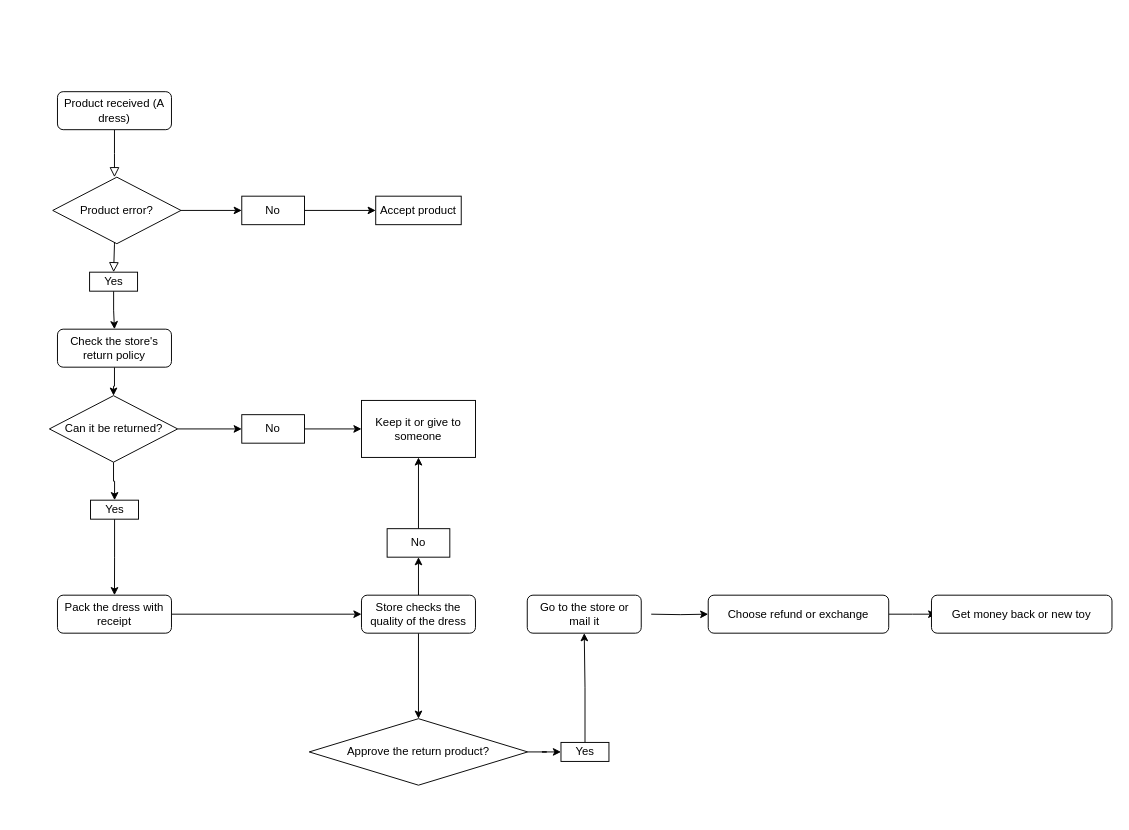
This is Untitled Diagram.drawio from kdreamy/khuenguyen, a draw.io file, before an edit. Source tidied: cells renumbered, new cells numbered last; positions are measured from the earlier drawing's top-left corner, leaving out a move shared by most shapes. Both pictures are drawn from the tidied source at 95%, with x=0, y=0 at pixel (49, 91).
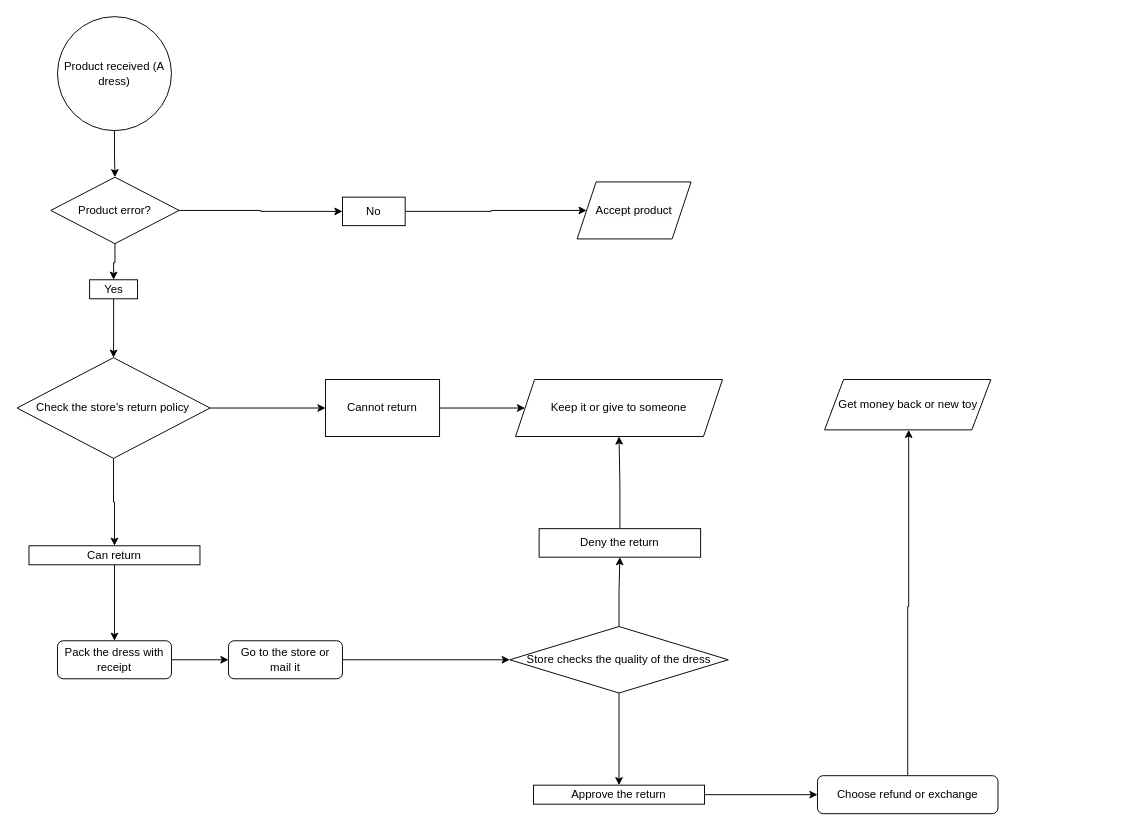
After the change.

What changed in the source:
```diff
@@
-    <mxCell id="2" style="rounded=0;html=1;jettySize=auto;fontSize=11;endArrow=block;endFill=0;endSize=8;strokeWidth=1;shadow=0;labelBackgroundColor=none;edgeStyle=orthogonalEdgeStyle;" parent="1" edge="1" source="3">
-      <mxGeometry relative="1" as="geometry">
-        <mxPoint x="68" y="90" as="targetPoint" />
-      </mxGeometry>
-    </mxCell>
-    <mxCell id="3" value="Product received (A dress)" style="rounded=1;whiteSpace=wrap;html=1;fontSize=12;glass=0;strokeWidth=1;shadow=0;" parent="1" vertex="1">
-      <mxGeometry x="8" width="120" height="40" as="geometry" />
-    </mxCell>
-    <mxCell id="4" style="edgeStyle=orthogonalEdgeStyle;rounded=0;jettySize=auto;html=1;" parent="1" edge="1" source="5" target="26">
-      <mxGeometry relative="1" as="geometry" />
-    </mxCell>
-    <mxCell id="5" value="Check the store's return policy" style="rounded=1;whiteSpace=wrap;html=1;fontSize=12;glass=0;strokeWidth=1;shadow=0;" parent="1" vertex="1">
-      <mxGeometry x="8" y="250" width="120" height="40" as="geometry" />
-    </mxCell>
-    <mxCell id="6" style="rounded=0;html=1;jettySize=auto;fontSize=11;endArrow=block;endFill=0;endSize=8;strokeWidth=1;shadow=0;labelBackgroundColor=none;edgeStyle=orthogonalEdgeStyle;" parent="1" edge="1" target="20">
-      <mxGeometry relative="1" as="geometry">
-        <mxPoint x="67.5" y="130" as="sourcePoint" />
-      </mxGeometry>
-    </mxCell>
@@
+    <mxCell id="38" style="edgeStyle=orthogonalEdgeStyle;rounded=0;jettySize=auto;html=1;" parent="1" edge="1" source="8" target="20">
+      <mxGeometry relative="1" as="geometry" />
+    </mxCell>
     <mxCell id="8" value="Product error?" style="rhombus;whiteSpace=wrap;html=1;" parent="1" vertex="1">
-      <mxGeometry x="3" y="90" width="135" height="70" as="geometry" />
+      <mxGeometry x="1" y="90" width="135" height="70" as="geometry" />
     </mxCell>
-    <mxCell id="9" style="edgeStyle=orthogonalEdgeStyle;rounded=0;jettySize=auto;html=1;" parent="1" edge="1" source="10" target="15">
-      <mxGeometry relative="1" as="geometry" />
-    </mxCell>
+    <mxCell id="39" style="edgeStyle=orthogonalEdgeStyle;rounded=0;jettySize=auto;html=1;" parent="1" edge="1" source="10" target="12">
+      <mxGeometry relative="1" as="geometry" />
+    </mxCell>
     <mxCell id="10" value="Pack the dress with receipt" style="rounded=1;whiteSpace=wrap;html=1;fontSize=12;glass=0;strokeWidth=1;shadow=0;" parent="1" vertex="1">
-      <mxGeometry x="8" y="530" width="120" height="40" as="geometry" />
+      <mxGeometry x="8" y="578" width="120" height="40" as="geometry" />
     </mxCell>
-    <mxCell id="11" style="edgeStyle=orthogonalEdgeStyle;rounded=0;jettySize=auto;html=1;" parent="1" edge="1" target="17">
-      <mxGeometry relative="1" as="geometry">
-        <mxPoint x="633" y="550" as="sourcePoint" />
-      </mxGeometry>
-    </mxCell>
+    <mxCell id="40" style="edgeStyle=orthogonalEdgeStyle;rounded=0;jettySize=auto;html=1;" parent="1" edge="1" source="12" target="33">
+      <mxGeometry relative="1" as="geometry" />
+    </mxCell>
     <mxCell id="12" value="Go to the store or mail it" style="rounded=1;whiteSpace=wrap;html=1;fontSize=12;glass=0;strokeWidth=1;shadow=0;" parent="1" vertex="1">
-      <mxGeometry x="502.5" y="530" width="120" height="40" as="geometry" />
+      <mxGeometry x="188" y="578" width="120" height="40" as="geometry" />
     </mxCell>
-    <mxCell id="13" style="edgeStyle=orthogonalEdgeStyle;rounded=0;jettySize=auto;html=1;" parent="1" edge="1" source="15" target="33">
-      <mxGeometry relative="1" as="geometry" />
-    </mxCell>
-    <mxCell id="14" style="edgeStyle=orthogonalEdgeStyle;rounded=0;jettySize=auto;html=1;" parent="1" edge="1" source="15" target="37">
-      <mxGeometry relative="1" as="geometry" />
-    </mxCell>
-    <mxCell id="15" value="Store checks the quality of the dress" style="rounded=1;whiteSpace=wrap;html=1;fontSize=12;glass=0;strokeWidth=1;shadow=0;" parent="1" vertex="1">
-      <mxGeometry x="328" y="530" width="120" height="40" as="geometry" />
-    </mxCell>
-    <mxCell id="16" style="edgeStyle=orthogonalEdgeStyle;rounded=0;jettySize=auto;html=1;" parent="1" edge="1" source="17">
-      <mxGeometry relative="1" as="geometry">
-        <mxPoint x="933" y="550" as="targetPoint" />
-      </mxGeometry>
-    </mxCell>
+    <mxCell id="41" style="edgeStyle=orthogonalEdgeStyle;rounded=0;jettySize=auto;html=1;" parent="1" edge="1" source="17" target="18">
+      <mxGeometry relative="1" as="geometry">
+        <Array as="points">
+          <mxPoint x="903" y="542" />
+          <mxPoint x="904" y="363" />
+        </Array>
+      </mxGeometry>
+    </mxCell>
     <mxCell id="17" value="Choose refund or exchange" style="rounded=1;whiteSpace=wrap;html=1;fontSize=12;glass=0;strokeWidth=1;shadow=0;" parent="1" vertex="1">
-      <mxGeometry x="693" y="530" width="190" height="40" as="geometry" />
+      <mxGeometry x="808" y="720" width="190" height="40" as="geometry" />
     </mxCell>
-    <mxCell id="18" value="Get money back or new toy" style="rounded=1;whiteSpace=wrap;html=1;fontSize=12;glass=0;strokeWidth=1;shadow=0;" parent="1" vertex="1">
-      <mxGeometry x="928" y="530" width="190" height="40" as="geometry" />
-    </mxCell>
-    <mxCell id="19" style="edgeStyle=orthogonalEdgeStyle;rounded=0;jettySize=auto;html=1;" parent="1" edge="1" source="20" target="5">
-      <mxGeometry relative="1" as="geometry" />
-    </mxCell>
+    <mxCell id="42" style="edgeStyle=orthogonalEdgeStyle;rounded=0;jettySize=auto;html=1;" parent="1" edge="1" source="20" target="26">
+      <mxGeometry relative="1" as="geometry" />
+    </mxCell>
     <mxCell id="20" value="Yes" style="rounded=0;whiteSpace=wrap;html=1;" parent="1" vertex="1">
-      <mxGeometry x="41.8" y="190" width="50.5" height="20" as="geometry" />
+      <mxGeometry x="41.8" y="198" width="50.5" height="20" as="geometry" />
     </mxCell>
@@
     <mxCell id="22" value="No" style="rounded=0;whiteSpace=wrap;html=1;" parent="1" vertex="1">
-      <mxGeometry x="202" y="110" width="66" height="30" as="geometry" />
+      <mxGeometry x="308" y="111" width="66" height="30" as="geometry" />
     </mxCell>
-    <mxCell id="23" value="Accept product" style="rounded=0;whiteSpace=wrap;html=1;" parent="1" vertex="1">
-      <mxGeometry x="343" y="110" width="90" height="30" as="geometry" />
-    </mxCell>
-    <mxCell id="24" style="edgeStyle=orthogonalEdgeStyle;rounded=0;jettySize=auto;html=1;" parent="1" edge="1" source="26" target="28">
-      <mxGeometry relative="1" as="geometry" />
-    </mxCell>
@@
+    <mxCell id="43" style="edgeStyle=orthogonalEdgeStyle;rounded=0;jettySize=auto;html=1;" parent="1" edge="1" source="26" target="48">
+      <mxGeometry relative="1" as="geometry" />
+    </mxCell>
-    <mxCell id="26" value="Can it be returned?" style="rhombus;whiteSpace=wrap;html=1;" parent="1" vertex="1">
-      <mxGeometry x="-0.5" y="320" width="135" height="70" as="geometry" />
+    <mxCell id="26" value="Check the store's return policy" style="rhombus;whiteSpace=wrap;html=1;" parent="1" vertex="1">
+      <mxGeometry x="-34.6" y="280" width="203.2" height="106" as="geometry" />
     </mxCell>
-    <mxCell id="27" style="edgeStyle=orthogonalEdgeStyle;rounded=0;jettySize=auto;html=1;" parent="1" edge="1" source="28" target="31">
-      <mxGeometry relative="1" as="geometry" />
-    </mxCell>
-    <mxCell id="28" value="No" style="rounded=0;whiteSpace=wrap;html=1;" parent="1" vertex="1">
-      <mxGeometry x="202" y="340" width="66" height="30" as="geometry" />
-    </mxCell>
@@
-    <mxCell id="30" value="Yes" style="rounded=0;whiteSpace=wrap;html=1;" parent="1" vertex="1">
-      <mxGeometry x="42.8" y="430" width="50.5" height="20" as="geometry" />
+    <mxCell id="30" value="Can return" style="rounded=0;whiteSpace=wrap;html=1;" parent="1" vertex="1">
+      <mxGeometry x="-22" y="478" width="180" height="20" as="geometry" />
     </mxCell>
-    <mxCell id="31" value="Keep it or give to someone" style="rounded=0;whiteSpace=wrap;html=1;" parent="1" vertex="1">
-      <mxGeometry x="328" y="325" width="120" height="60" as="geometry" />
-    </mxCell>
@@
+    <mxCell id="44" style="edgeStyle=orthogonalEdgeStyle;rounded=0;jettySize=auto;html=1;" parent="1" edge="1" source="33" target="37">
+      <mxGeometry relative="1" as="geometry" />
+    </mxCell>
-    <mxCell id="33" value="Approve the return product?" style="rhombus;whiteSpace=wrap;html=1;" parent="1" vertex="1">
-      <mxGeometry x="273" y="660" width="230" height="70" as="geometry" />
+    <mxCell id="33" value="Store checks the quality of the dress" style="rhombus;whiteSpace=wrap;html=1;" parent="1" vertex="1">
+      <mxGeometry x="484.1" y="563" width="230" height="70" as="geometry" />
     </mxCell>
-    <mxCell id="34" style="edgeStyle=orthogonalEdgeStyle;rounded=0;jettySize=auto;html=1;" parent="1" edge="1" source="35" target="12">
-      <mxGeometry relative="1" as="geometry" />
-    </mxCell>
+    <mxCell id="45" style="edgeStyle=orthogonalEdgeStyle;rounded=0;jettySize=auto;html=1;" parent="1" edge="1" source="35" target="17">
+      <mxGeometry relative="1" as="geometry" />
+    </mxCell>
-    <mxCell id="35" value="Yes" style="rounded=0;whiteSpace=wrap;html=1;" parent="1" vertex="1">
-      <mxGeometry x="538" y="685" width="50.5" height="20" as="geometry" />
+    <mxCell id="35" value="Approve the return" style="rounded=0;whiteSpace=wrap;html=1;" parent="1" vertex="1">
+      <mxGeometry x="509.1" y="730" width="180" height="20" as="geometry" />
     </mxCell>
@@
-    <mxCell id="37" value="No" style="rounded=0;whiteSpace=wrap;html=1;" parent="1" vertex="1">
-      <mxGeometry x="355" y="460" width="66" height="30" as="geometry" />
+    <mxCell id="37" value="Deny the return" style="rounded=0;whiteSpace=wrap;html=1;" parent="1" vertex="1">
+      <mxGeometry x="515" y="460" width="170" height="30" as="geometry" />
     </mxCell>
+    <mxCell id="46" style="edgeStyle=orthogonalEdgeStyle;rounded=0;jettySize=auto;html=1;" parent="1" edge="1" source="3" target="8">
+      <mxGeometry relative="1" as="geometry" />
+    </mxCell>
+    <mxCell id="3" value="Product received (A dress)" style="ellipse;whiteSpace=wrap;html=1;" parent="1" vertex="1">
+      <mxGeometry x="8" y="-79" width="120" height="120" as="geometry" />
+    </mxCell>
+    <mxCell id="47" style="edgeStyle=orthogonalEdgeStyle;rounded=0;jettySize=auto;html=1;" parent="1" edge="1" source="48" target="31">
+      <mxGeometry relative="1" as="geometry" />
+    </mxCell>
+    <mxCell id="48" value="Cannot return" style="whiteSpace=wrap;html=1;" parent="1" vertex="1">
+      <mxGeometry x="290.2" y="303" width="120" height="60" as="geometry" />
+    </mxCell>
+    <mxCell id="31" value="Keep it or give to someone" style="shape=parallelogram;perimeter=parallelogramPerimeter;whiteSpace=wrap;html=1;fixedSize=1;" parent="1" vertex="1">
+      <mxGeometry x="490.2" y="303" width="217.8" height="60" as="geometry" />
+    </mxCell>
+    <mxCell id="23" value="&lt;div style=&quot;&quot;&gt;&lt;span style=&quot;background-color: light-dark(rgb(251, 251, 251), rgb(21, 21, 21)); color: light-dark(rgb(0, 0, 0), rgb(237, 237, 237));&quot;&gt;Accept product&lt;/span&gt;&lt;/div&gt;" style="shape=parallelogram;perimeter=parallelogramPerimeter;whiteSpace=wrap;html=1;fixedSize=1;rounded=0;align=center;" parent="1" vertex="1">
+      <mxGeometry x="555" y="95" width="120" height="60" as="geometry" />
+    </mxCell>
+    <mxCell id="18" value="Get money back or new toy" style="shape=parallelogram;perimeter=parallelogramPerimeter;whiteSpace=wrap;html=1;fixedSize=1;" parent="1" vertex="1">
+      <mxGeometry x="815.5" y="303" width="175" height="53" as="geometry" />
+    </mxCell>
```
